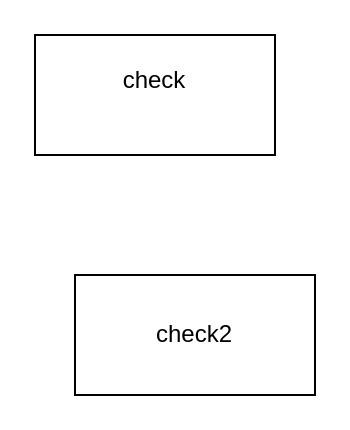
Before: Untitled Diagram.drawio in AvocadoStyle/algorithms, a draw.io diagram. Source tidied: cells renumbered, new cells numbered last; positions are measured from the earlier drawing's top-left corner, leaving out a move shared by most shapes. Both pictures are drawn from the tidied source at 200%, with x=0, y=0 at pixel (34, 34).
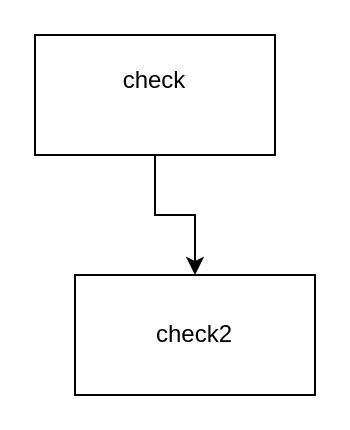
Above is the later version.

What changed in the source:
```diff
@@
 <mxGraphModel>
   <root>
     <mxCell id="0" />
     <mxCell id="1" parent="0" />
+    <mxCell id="4" style="edgeStyle=orthogonalEdgeStyle;rounded=0;jettySize=auto;html=1;" parent="1" edge="1" source="2" target="3">
+      <mxGeometry relative="1" as="geometry" />
+    </mxCell>
     <mxCell id="2" value="check&lt;div&gt;&lt;br&gt;&lt;/div&gt;" style="rounded=0;whiteSpace=wrap;html=1;" parent="1" vertex="1">
       <mxGeometry width="120" height="60" as="geometry" />
     </mxCell>
     <mxCell id="3" value="check2" style="rounded=0;whiteSpace=wrap;html=1;" parent="1" vertex="1">
       <mxGeometry x="20" y="120" width="120" height="60" as="geometry" />
     </mxCell>
   </root>
 </mxGraphModel>
```
